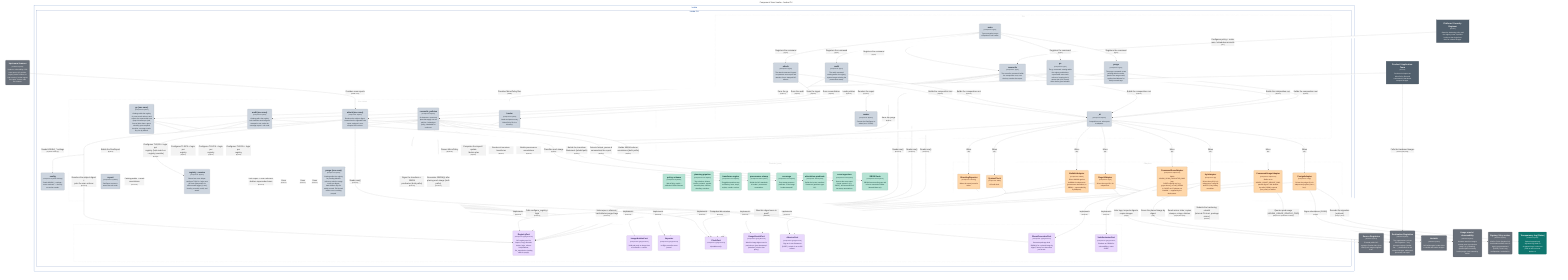
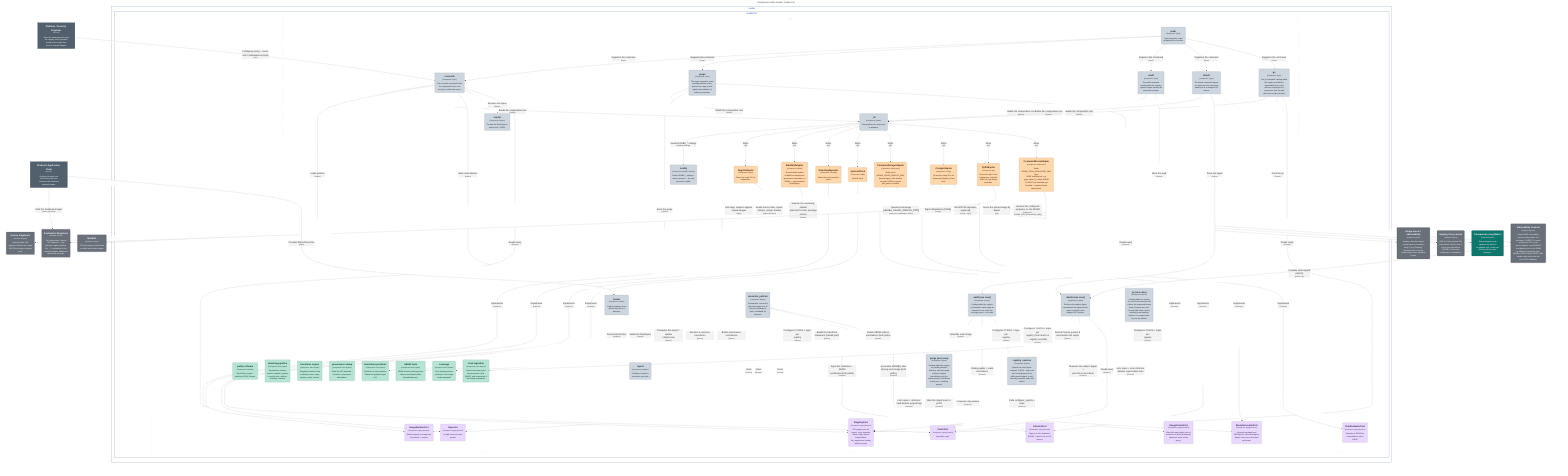
graph LR
  linkStyle default fill:#ffffff

  subgraph diagram ["Component View: houba - houba CLI"]
    style diagram fill:#ffffff,stroke:#ffffff

    1["<div style='font-weight: bold'>Platform / Security Engineer</div><div style='font-size: 70%; margin-top: 0px'>[Person]</div><div style='font-size: 80%; margin-top:10px'>Owns the hardening policy and<br />the registry roster; operates<br />houba as the single front<br />door for external images.</div>"]
    style 1 fill:#52606d,stroke:#39434c,color:#ffffff
    2["<div style='font-weight: bold'>Product / Application Team</div><div style='font-size: 70%; margin-top: 0px'>[Person]</div><div style='font-size: 80%; margin-top:10px'>Declares its imports as<br />MirrorPolicy files and<br />consumes the hardened,<br />stamped images.</div>"]
    style 2 fill:#52606d,stroke:#39434c,color:#ffffff

    52("<div style='font-weight: bold'>Source Registries</div><div style='font-size: 70%; margin-top: 0px'>[Software System]</div><div style='font-size: 80%; margin-top:10px'>External public OCI<br />registries (Docker Hub, Quay,<br />GHCR) the images originate<br />from.</div>")
    style 52 fill:#69707a,stroke:#494e55,color:#ffffff
    53("<div style='font-weight: bold'>Destination Registries</div><div style='font-size: 70%; margin-top: 0px'>[Software System]</div><div style='font-size: 80%; margin-top:10px'>The organization's private<br />OCI registries — any<br />dist-spec registry (Harbor,<br />Zot, …); destination for the<br />stamped images, addressed<br />generically via regctl.</div>")
    style 53 fill:#69707a,stroke:#494e55,color:#ffffff
    54("<div style='font-weight: bold'>BuildKit</div><div style='font-size: 70%; margin-top: 0px'>[Software System]</div><div style='font-size: 80%; margin-top:10px'>OCI build engine houba drives<br />to rebuild and harden images.</div>")
    style 54 fill:#69707a,stroke:#494e55,color:#ffffff
    58("<div style='font-weight: bold'>Usage oracle / observability</div><div style='font-size: 70%; margin-top: 0px'>[Software System]</div><div style='font-size: 80%; margin-top:10px'>Answers 'was this image's<br />content seen in production<br />lately?' (e.g. Datadog).<br />Queried point-in-time by<br />houba purge; never owned by<br />houba.</div>")
    style 58 fill:#69707a,stroke:#494e55,color:#ffffff
    59("<div style='font-weight: bold'>Signing / Key service</div><div style='font-size: 70%; margin-top: 0px'>[Software System]</div><div style='font-size: 80%; margin-top:10px'>KMS or Fulcio (keyless CA)<br />that houba's attestor uses to<br />sign in-toto attestations<br />(DSSE). Trust is org<br />configuration, not baked in.</div>")
    style 59 fill:#69707a,stroke:#494e55,color:#ffffff
    60("<div style='font-weight: bold'>Transparency log (Rekor)</div><div style='font-size: 70%; margin-top: 0px'>[Software System]</div><div style='font-size: 80%; margin-top:10px'>Optional append-only<br />signature log; blank in<br />air-gapped orgs. houba can<br />point at one but never<br />deploys it.</div>")
    style 60 fill:#0f766e,stroke:#0a524d,color:#ffffff
-     61("<div style='font-weight: bold'>Upstream Scanner</div><div style='font-size: 70%; margin-top: 0px'>[Software System]</div><div style='font-size: 80%; margin-top:10px'>Produces vulnerability / EOL<br />scan reports (CI pipeline,<br />registry-native scanner, or<br />scan service). houba ingests<br />the report; it never calls<br />the scanner.</div>")
+     61("<div style='font-weight: bold'>Vulnerability scanner</div><div style='font-size: 70%; margin-top: 0px'>[Software System]</div><div style='font-size: 80%; margin-top:10px'>Emits SARIF vulnerability<br />reports. houba relates to it<br />two ways: it INGESTS a report<br />produced in CI / a scan<br />service (attach), and INVOKES<br />a configured one on the SBOM<br />at admission (scanstep gate,<br />HOUBA_SCAN_EVALUATOR_CMD).<br />houba owns neither the tool<br />nor its CVE database.</div>")
    style 61 fill:#69707a,stroke:#494e55,color:#ffffff

    subgraph 4 ["houba"]
      style 4 fill:#ffffff,stroke:#154da4,color:#154da4

      subgraph 5 ["houba CLI"]
        style 5 fill:#ffffff,stroke:#19458c,color:#19458c

        subgraph group1 ["Adapters"]
          style group1 fill:#ffffff,stroke:#cccccc,color:#cccccc,stroke-dasharray:5

          38("<div style='font-weight: bold'>RegctlAdapter</div><div style='font-size: 70%; margin-top: 0px'>[Component: regctl]</div><div style='font-size: 80%; margin-top:10px'>Drives the regctl CLI via<br />subprocess.</div>")
          style 38 fill:#fed7aa,stroke:#b19676,color:#4a1b0c
          39("<div style='font-weight: bold'>BuildkitAdapter</div><div style='font-size: 70%; margin-top: 0px'>[Component: buildctl]</div><div style='font-size: 80%; margin-top:10px'>Drives buildctl against<br />buildkitd via subprocess<br />(provenance attestation; no<br />SBOM — superseded by<br />SyftAdapter).</div>")
          style 39 fill:#fed7aa,stroke:#b19676,color:#4a1b0c
          40("<div style='font-weight: bold'>StructlogReporter</div><div style='font-size: 70%; margin-top: 0px'>[Component: structlog]</div><div style='font-size: 80%; margin-top:10px'>Writes the event journal to<br />stderr.</div>")
          style 40 fill:#fed7aa,stroke:#b19676,color:#4a1b0c
          41("<div style='font-weight: bold'>SystemClock</div><div style='font-size: 70%; margin-top: 0px'>[Component: stdlib]</div><div style='font-size: 80%; margin-top:10px'>OS wall clock.</div>")
          style 41 fill:#fed7aa,stroke:#b19676,color:#4a1b0c
          42("<div style='font-weight: bold'>CommandUsageAdapter</div><div style='font-size: 70%; margin-top: 0px'>[Component: subprocess]</div><div style='font-size: 80%; margin-top:10px'>Shells out to<br />HOUBA_USAGE_ORACLE_CMD;<br />passes digest + idle window<br />via stdin (JSON); expects<br />{last_seen} on stdout.</div>")
          style 42 fill:#fed7aa,stroke:#b19676,color:#4a1b0c
          43("<div style='font-weight: bold'>CosignAdapter</div><div style='font-size: 70%; margin-top: 0px'>[Component: cosign]</div><div style='font-size: 80%; margin-top:10px'>Drives the cosign CLI via<br />subprocess (keyless | kms |<br />key).</div>")
          style 43 fill:#fed7aa,stroke:#b19676,color:#4a1b0c
          44("<div style='font-weight: bold'>SyftAdapter</div><div style='font-size: 70%; margin-top: 0px'>[Component: syft]</div><div style='font-size: 80%; margin-top:10px'>Drives the syft CLI via<br />subprocess; config-file<br />auth/TLS; lazy binary<br />resolution.</div>")
          style 44 fill:#fed7aa,stroke:#b19676,color:#4a1b0c
          45("<div style='font-weight: bold'>CommandScanAdapter</div><div style='font-size: 70%; margin-top: 0px'>[Component: subprocess]</div><div style='font-size: 80%; margin-top:10px'>Shells<br />HOUBA_SCAN_EVALUATOR_CMD (any<br />SARIF-emitting tool, e.g.<br />grype sbom:{} -o sarif); SBOM<br />in, SARIF out. Evaluator not<br />bundled — supplied by the<br />deployment.</div>")
          style 45 fill:#fed7aa,stroke:#b19676,color:#4a1b0c
        end

        subgraph group2 ["CLI"]
          style group2 fill:#ffffff,stroke:#cccccc,color:#cccccc,stroke-dasharray:5

          10("<div style='font-weight: bold'>attach</div><div style='font-size: 70%; margin-top: 0px'>[Component: Typer]</div><div style='font-size: 80%; margin-top:10px'>The attach command: ingests<br />an upstream scan report and<br />attaches it as a stamped OCI<br />referrer.</div>")
          style 10 fill:#cdd5df,stroke:#8f959c,color:#1f2933
          11("<div style='font-weight: bold'>gc</div><div style='font-size: 70%; margin-top: 0px'>[Component: Typer]</div><div style='font-size: 80%; margin-top:10px'>The gc command: catalog-walks<br />the registry and deletes<br />superseded scan-result<br />referrers, keeping the N<br />newest per (tool, format)<br />older than a grace window.</div>")
          style 11 fill:#cdd5df,stroke:#8f959c,color:#1f2933
          12("<div style='font-weight: bold'>render</div><div style='font-size: 70%; margin-top: 0px'>[Component: Python]</div><div style='font-size: 80%; margin-top:10px'>Formats the RunReport to<br />stdout (text / JSON).</div>")
          style 12 fill:#cdd5df,stroke:#8f959c,color:#1f2933
          13("<div style='font-weight: bold'>_di</div><div style='font-size: 70%; margin-top: 0px'>[Component: Python]</div><div style='font-size: 80%; margin-top:10px'>Composition root: wires ports<br />to adapters.</div>")
          style 13 fill:#cdd5df,stroke:#8f959c,color:#1f2933
          6("<div style='font-weight: bold'>main</div><div style='font-size: 70%; margin-top: 0px'>[Component: Typer]</div><div style='font-size: 80%; margin-top:10px'>Typer entrypoint; maps<br />exceptions to exit codes.</div>")
          style 6 fill:#cdd5df,stroke:#8f959c,color:#1f2933
          7("<div style='font-weight: bold'>reconcile</div><div style='font-size: 70%; margin-top: 0px'>[Component: Typer]</div><div style='font-size: 80%; margin-top:10px'>The reconcile command: builds<br />the composition root, runs<br />the loop, renders the report.</div>")
          style 7 fill:#cdd5df,stroke:#8f959c,color:#1f2933
          8("<div style='font-weight: bold'>purge</div><div style='font-size: 70%; margin-top: 0px'>[Component: Typer]</div><div style='font-size: 80%; margin-top:10px'>The purge command: scans<br />pending-deletion marks,<br />queries the usage oracle,<br />applies hard-deletes for<br />safely-unused tags.</div>")
          style 8 fill:#cdd5df,stroke:#8f959c,color:#1f2933
          9("<div style='font-weight: bold'>audit</div><div style='font-size: 70%; margin-top: 0px'>[Component: Typer]</div><div style='font-size: 80%; margin-top:10px'>The audit command:<br />catalog-walks the registry,<br />reports images missing the<br />provenance stamp.</div>")
          style 9 fill:#cdd5df,stroke:#8f959c,color:#1f2933
        end

        subgraph group3 ["Domain (pure)"]
          style group3 fill:#ffffff,stroke:#cccccc,color:#cccccc,stroke-dasharray:5

          22("<div style='font-weight: bold'>policy schema</div><div style='font-size: 70%; margin-top: 0px'>[Component: Pydantic]</div><div style='font-size: 80%; margin-top:10px'>MirrorPolicy model +<br />published JSON Schema.</div>")
          style 22 fill:#b6e3d4,stroke:#7f9e94,color:#04342c
          23("<div style='font-weight: bold'>planning pipeline</div><div style='font-size: 70%; margin-top: 0px'>[Component: Pure Python]</div><div style='font-size: 80%; margin-top:10px'>Tag selection, aliases,<br />semver, variants, expand,<br />reconcile plan, collision,<br />sharding, retention.</div>")
          style 23 fill:#b6e3d4,stroke:#7f9e94,color:#04342c
          24("<div style='font-weight: bold'>transform engine</div><div style='font-size: 70%; margin-top: 0px'>[Component: Pure Python]</div><div style='font-size: 80%; margin-top:10px'>Pluggable transform-step<br />vocabulary: base, steps,<br />registry, render, version.</div>")
          style 24 fill:#b6e3d4,stroke:#7f9e94,color:#04342c
          25("<div style='font-weight: bold'>provenance stamp</div><div style='font-size: 70%; margin-top: 0px'>[Component: Pure Python]</div><div style='font-size: 80%; margin-top:10px'>Builds the OCI-standard +<br />io.houba.* provenance<br />annotations.</div>")
          style 25 fill:#b6e3d4,stroke:#7f9e94,color:#04342c
          26("<div style='font-weight: bold'>coverage</div><div style='font-size: 70%; margin-top: 0px'>[Component: Pure Python]</div><div style='font-size: 80%; margin-top:10px'>Pure stamp-presence<br />predicate: is the image<br />houba-stamped?</div>")
          style 26 fill:#b6e3d4,stroke:#7f9e94,color:#04342c
          27("<div style='font-weight: bold'>attestation predicate</div><div style='font-size: 70%; margin-top: 0px'>[Component: Pure Python]</div><div style='font-size: 80%; margin-top:10px'>Builds the in-toto transform<br />Statement (predicate type<br />/v1).</div>")
          style 27 fill:#b6e3d4,stroke:#7f9e94,color:#04342c
          28("<div style='font-weight: bold'>scan ingestion</div><div style='font-size: 70%; margin-top: 0px'>[Component: Pure Python]</div><div style='font-size: 80%; margin-top:10px'>Detects the scan-report<br />format, parses it (e.g.<br />SARIF), and summarizes it<br />into stamp annotations.</div>")
          style 28 fill:#b6e3d4,stroke:#7f9e94,color:#04342c
          29("<div style='font-weight: bold'>SBOM facts</div><div style='font-size: 70%; margin-top: 0px'>[Component: Pure Python]</div><div style='font-size: 80%; margin-top:10px'>SBOM format media-types and<br />referrer annotation builder<br />(domain/sbom.py).</div>")
          style 29 fill:#b6e3d4,stroke:#7f9e94,color:#04342c
        end

        subgraph group4 ["Ports"]
          style group4 fill:#ffffff,stroke:#cccccc,color:#cccccc,stroke-dasharray:5

          30("<div style='font-weight: bold'>RegistryPort</div><div style='font-size: 70%; margin-top: 0px'>[Component: typing.Protocol]</div><div style='font-size: 80%; margin-top:10px'>OCI registry ops: list,<br />inspect, copy, annotate,<br />delete, login, referrer<br />list/put/delete;<br />list_repositories (catalog<br />walk for purge).</div>")
          style 30 fill:#e9d8fd,stroke:#a397b1,color:#322659
          31("<div style='font-weight: bold'>ImageBuilderPort</div><div style='font-size: 70%; margin-top: 0px'>[Component: typing.Protocol]</div><div style='font-size: 80%; margin-top:10px'>Build and push an image from<br />a Dockerfile + context.</div>")
          style 31 fill:#e9d8fd,stroke:#a397b1,color:#322659
          32("<div style='font-weight: bold'>Reporter</div><div style='font-size: 70%; margin-top: 0px'>[Component: typing.Protocol]</div><div style='font-size: 80%; margin-top:10px'>In-flight reconcile event<br />journal.</div>")
          style 32 fill:#e9d8fd,stroke:#a397b1,color:#322659
          33("<div style='font-weight: bold'>ClockPort</div><div style='font-size: 70%; margin-top: 0px'>[Component: typing.Protocol]</div><div style='font-size: 80%; margin-top:10px'>Injectable now().</div>")
          style 33 fill:#e9d8fd,stroke:#a397b1,color:#322659
          34("<div style='font-weight: bold'>UsageOraclePort</div><div style='font-size: 70%; margin-top: 0px'>[Component: typing.Protocol]</div><div style='font-size: 80%; margin-top:10px'>Was this image digest seen in<br />prod since a given timestamp?<br />(stateless, point-in-time<br />query).</div>")
          style 34 fill:#e9d8fd,stroke:#a397b1,color:#322659
          35("<div style='font-weight: bold'>AttestorPort</div><div style='font-size: 70%; margin-top: 0px'>[Component: typing.Protocol]</div><div style='font-size: 80%; margin-top:10px'>Sign an in-toto Statement<br />(DSSE) + attach it as an OCI<br />referrer.</div>")
          style 35 fill:#e9d8fd,stroke:#a397b1,color:#322659
          36("<div style='font-weight: bold'>SbomGeneratorPort</div><div style='font-size: 70%; margin-top: 0px'>[Component: typing.Protocol]</div><div style='font-size: 80%; margin-top:10px'>Generate package-level<br />SBOM(s) for a placed image by<br />digest; returns one document<br />per format.</div>")
          style 36 fill:#e9d8fd,stroke:#a397b1,color:#322659
          37("<div style='font-weight: bold'>VulnEvaluatorPort</div><div style='font-size: 70%; margin-top: 0px'>[Component: typing.Protocol]</div><div style='font-size: 80%; margin-top:10px'>Evaluate an SBOM for<br />vulnerabilities; return<br />SARIF.</div>")
          style 37 fill:#e9d8fd,stroke:#a397b1,color:#322659
        end

        subgraph group5 ["Use cases"]
          style group5 fill:#ffffff,stroke:#cccccc,color:#cccccc,stroke-dasharray:5

          14("<div style='font-weight: bold'>loader</div><div style='font-size: 70%; margin-top: 0px'>[Component: Python]</div><div style='font-size: 80%; margin-top:10px'>Loads and parses every<br />MirrorPolicy file in a<br />directory.</div>")
          style 14 fill:#cdd5df,stroke:#8f959c,color:#1f2933
          15("<div style='font-weight: bold'>reconcile_policies</div><div style='font-size: 70%; margin-top: 0px'>[Component: Python]</div><div style='font-size: 80%; margin-top:10px'>Orchestrator: concurrent<br />plan-then-apply over all<br />policies, isolated per<br />policy, shardable for<br />scale-out.</div>")
          style 15 fill:#cdd5df,stroke:#8f959c,color:#1f2933
          16("<div style='font-weight: bold'>purge (use case)</div><div style='font-size: 70%; margin-top: 0px'>[Component: Python]</div><div style='font-size: 80%; margin-top:10px'>Catalog-walks the registry<br />for pending-deletion<br />referrers; asks the usage<br />oracle per digest;<br />hard-deletes only the<br />safely-unused. Fail-closed:<br />oracle error ⇒ nothing<br />purged.</div>")
          style 16 fill:#cdd5df,stroke:#8f959c,color:#1f2933
          17("<div style='font-weight: bold'>audit (use case)</div><div style='font-size: 70%; margin-top: 0px'>[Component: Python]</div><div style='font-size: 80%; margin-top:10px'>Catalog-walks the registry<br />and classifies each image as<br />stamped or not; emits the<br />coverage report + exit code.</div>")
          style 17 fill:#cdd5df,stroke:#8f959c,color:#1f2933
          18("<div style='font-weight: bold'>attach (use case)</div><div style='font-size: 70%; margin-top: 0px'>[Component: Python]</div><div style='font-size: 80%; margin-top:10px'>Resolves the subject digest,<br />summarizes the ingested scan<br />report, and puts it as a<br />stamped OCI referrer.</div>")
          style 18 fill:#cdd5df,stroke:#8f959c,color:#1f2933
          19("<div style='font-weight: bold'>gc (use case)</div><div style='font-size: 70%; margin-top: 0px'>[Component: Python]</div><div style='font-size: 80%; margin-top:10px'>Catalog-walks the registry<br />for scan-result referrers and<br />collects the superseded ones<br />(keep N newest per (tool,<br />format) older than a grace<br />window); pure temporal<br />decision, no usage oracle.<br />Dry-run by default.</div>")
          style 19 fill:#cdd5df,stroke:#8f959c,color:#1f2933
          20("<div style='font-weight: bold'>report</div><div style='font-size: 70%; margin-top: 0px'>[Component: Pydantic]</div><div style='font-size: 80%; margin-top:10px'>RunReport contract +<br />worst-wins exit code.</div>")
          style 20 fill:#cdd5df,stroke:#8f959c,color:#1f2933
          21("<div style='font-weight: bold'>registry_session</div><div style='font-size: 70%; margin-top: 0px'>[Component: Python]</div><div style='font-size: 80%; margin-top:10px'>Shared use-case helper:<br />configure TLS/CA + login once<br />per host (idempotent via<br />caller-owned logged_in set).<br />Used by reconcile, audit, and<br />attach.</div>")
          style 21 fill:#cdd5df,stroke:#8f959c,color:#1f2933
        end

        46("<div style='font-weight: bold'>config</div><div style='font-size: 70%; margin-top: 0px'>[Component: Pydantic Settings]</div><div style='font-size: 80%; margin-top:10px'>Reads HOUBA_* settings +<br />roster resolvers — the only<br />os.environ reader.</div>")
        style 46 fill:#cdd5df,stroke:#8f959c,color:#1f2933
      end

    end

+     18-. "<div>Configures TLS/CA + login per<br />registry (host-match or<br />--registry override)</div><div style='font-size: 70%'>[Python]</div>" .->21
    8-. "<div>Builds the composition root</div><div style='font-size: 70%'>[Python]</div>" .->13
    8-. "<div>Runs the purge</div><div style='font-size: 70%'>[Python]</div>" .->16
    8-. "<div>Reads now()</div><div style='font-size: 70%'>[Protocol]</div>" .->33
    11-. "<div>Builds the composition root</div><div style='font-size: 70%'>[Python]</div>" .->13
    11-. "<div>Runs the gc</div><div style='font-size: 70%'>[Python]</div>" .->19
    11-. "<div>Reads now()</div><div style='font-size: 70%'>[Protocol]</div>" .->33
    7-. "<div>Builds the composition root</div><div style='font-size: 70%'>[Python]</div>" .->13
    7-. "<div>Loads policies</div><div style='font-size: 70%'>[Python]</div>" .->14
    7-. "<div>Runs reconciliation</div><div style='font-size: 70%'>[Python]</div>" .->15
    7-. "<div>Renders the report</div><div style='font-size: 70%'>[Python]</div>" .->12
    7-. "<div>Reads now()</div><div style='font-size: 70%'>[Protocol]</div>" .->33
    13-. "<div>Reads HOUBA_* settings</div><div style='font-size: 70%'>[Pydantic Settings]</div>" .->46
    13-. "<div>Wires</div><div style='font-size: 70%'>[DI]</div>" .->38
    13-. "<div>Wires</div><div style='font-size: 70%'>[DI]</div>" .->39
    13-. "<div>Wires</div><div style='font-size: 70%'>[DI]</div>" .->40
    13-. "<div>Wires</div><div style='font-size: 70%'>[DI]</div>" .->41
    13-. "<div>Wires</div><div style='font-size: 70%'>[DI]</div>" .->42
    14-. "<div>Parses MirrorPolicy</div><div style='font-size: 70%'>[Pydantic]</div>" .->22
    15-. "<div>Builds the RunReport</div><div style='font-size: 70%'>[Python]</div>" .->20
    15-. "<div>Computes the import / update<br />/ delete plan</div><div style='font-size: 70%'>[Python]</div>" .->23
    15-. "<div>Renders & versions transforms</div><div style='font-size: 70%'>[Python]</div>" .->24
    15-. "<div>Builds provenance annotations</div><div style='font-size: 70%'>[Python]</div>" .->25
    15-. "<div>Uses</div><div style='font-size: 70%'>[Protocol]</div>" .->30
    15-. "<div>Uses</div><div style='font-size: 70%'>[Protocol]</div>" .->31
    15-. "<div>Uses</div><div style='font-size: 70%'>[Protocol]</div>" .->32
    15-. "<div>Configures TLS/CA + login per<br />registry</div><div style='font-size: 70%'>[Python]</div>" .->21
    16-. "<div>Lists repos + referrers;<br />hard-deletes purged tags</div><div style='font-size: 70%'>[Protocol]</div>" .->30
    16-. "<div>Was this digest seen in prod?</div><div style='font-size: 70%'>[Protocol]</div>" .->34
    16-. "<div>Computes idle window</div><div style='font-size: 70%'>[Protocol]</div>" .->33
    19-. "<div>Lists repos + scan referrers;<br />deletes superseded ones</div><div style='font-size: 70%'>[Protocol]</div>" .->30
    19-. "<div>Configures TLS/CA + login per<br />registry</div><div style='font-size: 70%'>[Python]</div>" .->21
    21-. "<div>Calls configure_registry +<br />login</div><div style='font-size: 70%'>[Protocol]</div>" .->30
    38-. "<div>Implements</div><div style='font-size: 70%'>[Protocol]</div>" .->30
    39-. "<div>Implements</div><div style='font-size: 70%'>[Protocol]</div>" .->31
    40-. "<div>Implements</div><div style='font-size: 70%'>[Protocol]</div>" .->32
    41-. "<div>Implements</div><div style='font-size: 70%'>[Protocol]</div>" .->33
    42-. "<div>Implements</div><div style='font-size: 70%'>[Protocol]</div>" .->34
    38-. "<div>Lists tags, inspects digests,<br />copies images</div><div style='font-size: 70%'>[regctl]</div>" .->52
    38-. "<div>Reads mirror state; copies,<br />stamps, retags, deletes</div><div style='font-size: 70%'>[regctl (dist-spec)]</div>" .->53
    39-. "<div>Submits the hardening rebuild<br />(internal CA trust, package<br />mirror)</div><div style='font-size: 70%'>[buildctl]</div>" .->54
    42-. "<div>Queries prod usage<br />(HOUBA_USAGE_ORACLE_CMD)</div><div style='font-size: 70%'>[subprocess (stdin/stdout JSON)]</div>" .->58
+     45-. "<div>Invokes the configured<br />evaluator on the SBOM</div><div style='font-size: 70%'>[subprocess (HOUBA_SCAN_EVALUATOR_CMD)]</div>" .->61
    15-. "<div>Builds the transform<br />Statement (rebuild path)</div><div style='font-size: 70%'>[Python]</div>" .->27
    15-. "<div>Signs the transform + SBOM<br />predicates (both paths)</div><div style='font-size: 70%'>[Protocol]</div>" .->35
    15-. "<div>Builds SBOM referrer<br />annotations (both paths)</div><div style='font-size: 70%'>[Python]</div>" .->29
    13-. "<div>Wires</div><div style='font-size: 70%'>[DI]</div>" .->43
    43-. "<div>Implements</div><div style='font-size: 70%'>[Protocol]</div>" .->35
    43-. "<div>Signs attestations (DSSE)</div><div style='font-size: 70%'>[cosign]</div>" .->59
    43-. "<div>Records the signature<br />(optional)</div><div style='font-size: 70%'>[cosign / rekor]</div>" .->60
    13-. "<div>Wires</div><div style='font-size: 70%'>[DI]</div>" .->44
    44-. "<div>Implements</div><div style='font-size: 70%'>[Protocol]</div>" .->36
    15-. "<div>Generates SBOM(s) after<br />placing each image (both<br />paths)</div><div style='font-size: 70%'>[Protocol]</div>" .->36
    44-. "<div>Scans the placed image by<br />digest</div><div style='font-size: 70%'>[syft]</div>" .->53
    13-. "<div>Wires</div><div style='font-size: 70%'>[DI]</div>" .->45
    45-. "<div>Implements</div><div style='font-size: 70%'>[Protocol]</div>" .->37
    2-. "<div>Pulls the hardened images</div><div style='font-size: 70%'>[docker pull (OCI)]</div>" .->53
    1-. "<div>Configures policy + roster,<br />runs / schedules reconcile</div><div style='font-size: 70%'>[CLI]</div>" .->7
    2-. "<div>Provides MirrorPolicy files</div><div style='font-size: 70%'>[YAML]</div>" .->14
    6-. "<div>Registers the command</div><div style='font-size: 70%'>[Typer]</div>" .->7
    6-. "<div>Registers the command</div><div style='font-size: 70%'>[Typer]</div>" .->8
    6-. "<div>Registers the command</div><div style='font-size: 70%'>[Typer]</div>" .->9
    6-. "<div>Registers the command</div><div style='font-size: 70%'>[Typer]</div>" .->10
    6-. "<div>Registers the command</div><div style='font-size: 70%'>[Typer]</div>" .->11
    9-. "<div>Builds the composition root</div><div style='font-size: 70%'>[Python]</div>" .->13
    9-. "<div>Runs the audit</div><div style='font-size: 70%'>[Python]</div>" .->17
    17-. "<div>Classifies each image</div><div style='font-size: 70%'>[Python]</div>" .->26
    17-. "<div>Catalog-walks + reads<br />annotations</div><div style='font-size: 70%'>[Protocol]</div>" .->30
    17-. "<div>Configures TLS/CA + login per<br />registry</div><div style='font-size: 70%'>[Python]</div>" .->21
    10-. "<div>Builds the composition root</div><div style='font-size: 70%'>[Python]</div>" .->13
    10-. "<div>Runs the ingest</div><div style='font-size: 70%'>[Python]</div>" .->18
-     61-. "<div>Provides scan reports</div><div style='font-size: 70%'>[SARIF / file]</div>" .->18
+     61-. "<div>Provides scan reports<br />(attach)</div><div style='font-size: 70%'>[SARIF / file]</div>" .->18
    18-. "<div>Detects format, parses &<br />summarizes the report</div><div style='font-size: 70%'>[Python]</div>" .->28
    18-. "<div>Resolves the subject digest +<br />puts the scan referrer</div><div style='font-size: 70%'>[Protocol]</div>" .->30
    18-. "<div>Reads now()</div><div style='font-size: 70%'>[Protocol]</div>" .->33
-     18-. "<div>Configures TLS/CA + login per<br />registry (host-match or<br />--registry override)</div><div style='font-size: 70%'>[Python]</div>" .->21

  end